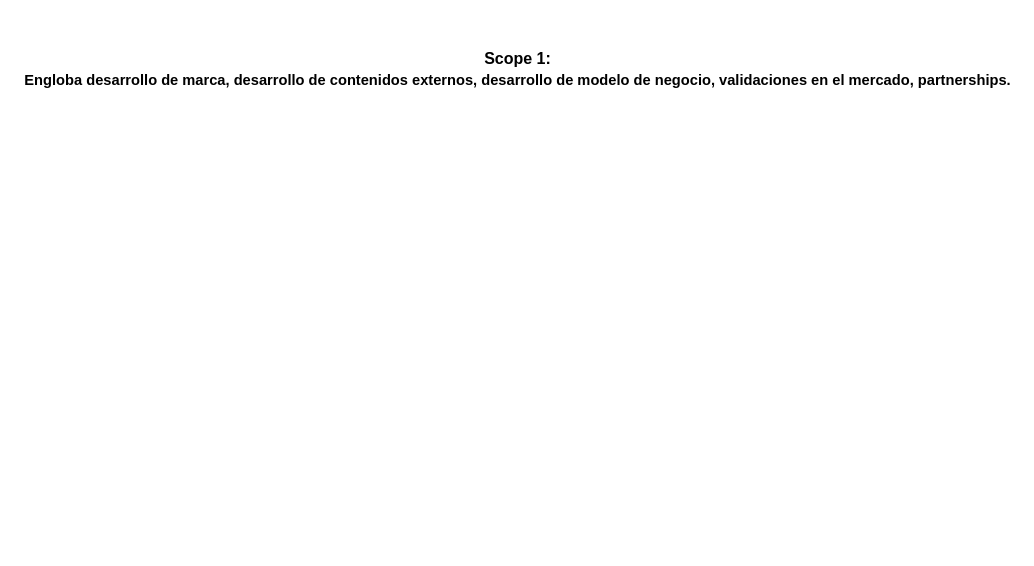
Earlier version of the draw.io diagram Untitled Diagram.drawio (KidsCorp/KC-ProductDev). Source tidied: cells renumbered, new cells numbered last; positions are measured from the earlier drawing's top-left corner, leaving out a move shared by most shapes. Both pictures are drawn from the tidied source at 100%, with x=0, y=0 at pixel (17, 47).
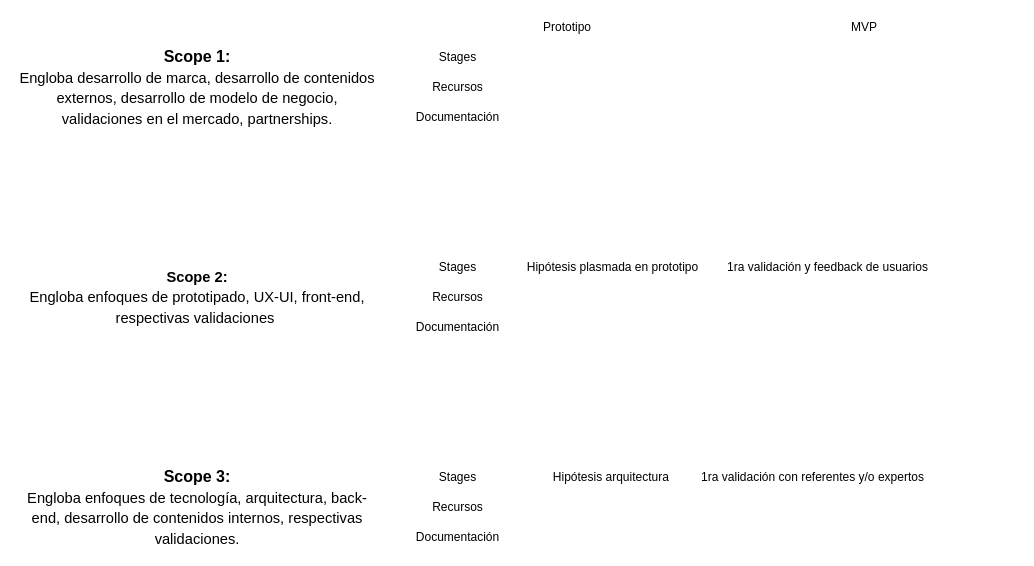
After the change.

Change to the diagram source:
```diff
@@
 <mxGraphModel>
   <root>
     <mxCell id="0" />
     <mxCell id="1" parent="0" />
-    <mxCell id="2" value="&lt;span id=&quot;docs-internal-guid-11fe1222-7fff-b649-49d2-806672ad148d&quot;&gt;&lt;p dir=&quot;ltr&quot; style=&quot;line-height: 1.38 ; background-color: #ffffff ; margin-top: 0pt ; margin-bottom: 0pt&quot;&gt;&lt;span style=&quot;font-size: 12pt ; font-family: &amp;#34;arial&amp;#34; ; background-color: transparent ; font-weight: 700 ; vertical-align: baseline&quot;&gt;Scope 1:&lt;/span&gt;&lt;/p&gt;&lt;p dir=&quot;ltr&quot; style=&quot;line-height: 1.38 ; background-color: #ffffff ; margin-top: 0pt ; margin-bottom: 0pt&quot;&gt;&lt;span style=&quot;font-size: 11pt ; font-family: &amp;#34;arial&amp;#34; ; background-color: transparent ; font-weight: 700 ; vertical-align: baseline&quot;&gt;Engloba desarrollo de marca, desarrollo de contenidos externos, desarrollo de modelo de negocio, validaciones en el mercado, partnerships.&lt;/span&gt;&lt;/p&gt;&lt;div&gt;&lt;span style=&quot;font-size: 11pt ; font-family: &amp;#34;arial&amp;#34; ; background-color: transparent ; font-weight: 700 ; vertical-align: baseline&quot;&gt;&lt;br&gt;&lt;/span&gt;&lt;/div&gt;&lt;/span&gt;" style="text;html=1;align=center;verticalAlign=middle;strokeColor=none;" parent="1" vertex="1">
-      <mxGeometry width="1000" height="60" as="geometry" />
+    <mxCell id="2" value="&lt;p dir=&quot;ltr&quot; style=&quot;line-height: 1.38 ; background-color: rgb(255 , 255 , 255) ; margin-top: 0pt ; margin-bottom: 0pt&quot;&gt;&lt;span style=&quot;font-size: 12pt ; font-family: &amp;#34;arial&amp;#34; ; background-color: transparent ; font-weight: 700 ; vertical-align: baseline&quot;&gt;Scope 1:&lt;/span&gt;&lt;/p&gt;&lt;p dir=&quot;ltr&quot; style=&quot;line-height: 1.38 ; background-color: rgb(255 , 255 , 255) ; margin-top: 0pt ; margin-bottom: 0pt&quot;&gt;&lt;span style=&quot;font-size: 11pt ; font-family: &amp;#34;arial&amp;#34; ; background-color: transparent ; vertical-align: baseline&quot;&gt;Engloba desarrollo de marca, desarrollo de contenidos externos, desarrollo de modelo de negocio, validaciones en el mercado, partnerships.&lt;/span&gt;&lt;/p&gt;" style="text;html=1;strokeColor=none;fillColor=none;align=center;verticalAlign=middle;whiteSpace=wrap;rounded=0;" parent="1" vertex="1">
+      <mxGeometry width="360" height="80" as="geometry" />
     </mxCell>
+    <mxCell id="3" value="&lt;p dir=&quot;ltr&quot; style=&quot;line-height: 1.38 ; background-color: rgb(255 , 255 , 255) ; margin-top: 0pt ; margin-bottom: 0pt&quot;&gt;&lt;span id=&quot;docs-internal-guid-6a2f830e-7fff-22e9-0ea5-49843ad8b7a9&quot;&gt;&lt;/span&gt;&lt;/p&gt;&lt;p dir=&quot;ltr&quot; style=&quot;line-height: 1.38 ; background-color: #ffffff ; margin-top: 0pt ; margin-bottom: 0pt&quot;&gt;&lt;span style=&quot;font-size: 11pt ; font-family: &amp;#34;arial&amp;#34; ; color: rgb(0 , 0 , 0) ; background-color: transparent ; font-weight: 700 ; font-style: normal ; font-variant: normal ; text-decoration: none ; vertical-align: baseline&quot;&gt;Scope 2:&lt;/span&gt;&lt;/p&gt;&lt;p dir=&quot;ltr&quot; style=&quot;line-height: 1.38 ; background-color: #ffffff ; margin-top: 0pt ; margin-bottom: 0pt&quot;&gt;&lt;span style=&quot;font-size: 11pt ; font-family: &amp;#34;arial&amp;#34; ; background-color: transparent ; vertical-align: baseline&quot;&gt;Engloba enfoques de &lt;/span&gt;&lt;span style=&quot;font-size: 11pt ; font-family: &amp;#34;arial&amp;#34; ; background-color: transparent ; vertical-align: baseline&quot;&gt;prototipado, UX-UI&lt;/span&gt;&lt;span style=&quot;font-size: 11pt ; font-family: &amp;#34;arial&amp;#34; ; background-color: transparent ; vertical-align: baseline&quot;&gt;, &lt;/span&gt;&lt;span style=&quot;font-size: 11pt ; font-family: &amp;#34;arial&amp;#34; ; background-color: transparent ; vertical-align: baseline&quot;&gt;front-end, respectivas validaciones&amp;nbsp;&lt;/span&gt;&lt;br&gt;&lt;/p&gt;" style="text;html=1;strokeColor=none;fillColor=none;align=center;verticalAlign=middle;whiteSpace=wrap;rounded=0;" parent="1" vertex="1">
+      <mxGeometry y="210" width="360" height="80" as="geometry" />
+    </mxCell>
+    <mxCell id="4" value="&lt;p dir=&quot;ltr&quot; style=&quot;line-height: 1.38 ; background-color: rgb(255 , 255 , 255) ; margin-top: 0pt ; margin-bottom: 0pt&quot;&gt;&lt;span id=&quot;docs-internal-guid-6a2f830e-7fff-22e9-0ea5-49843ad8b7a9&quot;&gt;&lt;/span&gt;&lt;/p&gt;&lt;p dir=&quot;ltr&quot; style=&quot;line-height: 1.38 ; background-color: #ffffff ; margin-top: 0pt ; margin-bottom: 0pt&quot;&gt;&lt;span style=&quot;font-size: 12pt ; font-family: &amp;#34;arial&amp;#34; ; color: rgb(0 , 0 , 0) ; background-color: transparent ; font-weight: 700 ; font-style: normal ; font-variant: normal ; text-decoration: none ; vertical-align: baseline&quot;&gt;Scope 3:&lt;/span&gt;&lt;/p&gt;&lt;p dir=&quot;ltr&quot; style=&quot;line-height: 1.38 ; background-color: #ffffff ; margin-top: 0pt ; margin-bottom: 0pt&quot;&gt;&lt;span id=&quot;docs-internal-guid-a03e7e6e-7fff-9b86-cb27-707e165abb1c&quot;&gt;&lt;/span&gt;&lt;/p&gt;&lt;p dir=&quot;ltr&quot; style=&quot;line-height: 1.38 ; background-color: #ffffff ; margin-top: 0pt ; margin-bottom: 0pt&quot;&gt;&lt;span style=&quot;font-size: 11pt ; font-family: &amp;#34;arial&amp;#34; ; color: rgb(0 , 0 , 0) ; background-color: transparent ; font-style: normal ; font-variant: normal ; text-decoration: none ; vertical-align: baseline&quot;&gt;Engloba enfoques de tecnología, arquitectura, back-end, &lt;/span&gt;&lt;span style=&quot;font-size: 11pt ; font-family: &amp;#34;arial&amp;#34; ; color: rgb(0 , 0 , 0) ; background-color: transparent ; font-style: normal ; font-variant: normal ; text-decoration: none ; vertical-align: baseline&quot;&gt;desarrollo de contenidos internos,&lt;/span&gt;&lt;span style=&quot;font-size: 11pt ; font-family: &amp;#34;arial&amp;#34; ; color: rgb(0 , 0 , 0) ; background-color: transparent ; font-style: normal ; font-variant: normal ; text-decoration: none ; vertical-align: baseline&quot;&gt; respectivas validaciones.&lt;/span&gt;&lt;/p&gt;" style="text;html=1;strokeColor=none;fillColor=none;align=center;verticalAlign=middle;whiteSpace=wrap;rounded=0;" parent="1" vertex="1">
+      <mxGeometry y="420" width="360" height="80" as="geometry" />
+    </mxCell>
+    <mxCell id="5" value="Recursos" style="text;html=1;align=center;verticalAlign=middle;strokeColor=none;" parent="1" vertex="1">
+      <mxGeometry x="405" y="30" width="70" height="20" as="geometry" />
+    </mxCell>
+    <mxCell id="6" value="Recursos" style="text;html=1;align=center;verticalAlign=middle;strokeColor=none;" parent="1" vertex="1">
+      <mxGeometry x="405" y="240" width="70" height="20" as="geometry" />
+    </mxCell>
+    <mxCell id="7" value="Recursos" style="text;html=1;align=center;verticalAlign=middle;strokeColor=none;" parent="1" vertex="1">
+      <mxGeometry x="405" y="450" width="70" height="20" as="geometry" />
+    </mxCell>
+    <mxCell id="8" value="Stages" style="text;html=1;align=center;verticalAlign=middle;strokeColor=none;" parent="1" vertex="1">
+      <mxGeometry x="415" width="50" height="20" as="geometry" />
+    </mxCell>
+    <mxCell id="9" value="Stages" style="text;html=1;align=center;verticalAlign=middle;strokeColor=none;" parent="1" vertex="1">
+      <mxGeometry x="415" y="210" width="50" height="20" as="geometry" />
+    </mxCell>
+    <mxCell id="10" value="Stages" style="text;html=1;align=center;verticalAlign=middle;strokeColor=none;" parent="1" vertex="1">
+      <mxGeometry x="415" y="420" width="50" height="20" as="geometry" />
+    </mxCell>
+    <mxCell id="11" value="Prototipo" style="text;html=1;strokeColor=none;fillColor=none;align=center;verticalAlign=middle;whiteSpace=wrap;rounded=0;" parent="1" vertex="1">
+      <mxGeometry x="530" y="-30" width="40" height="20" as="geometry" />
+    </mxCell>
+    <mxCell id="12" value="MVP" style="text;html=1;strokeColor=none;fillColor=none;align=center;verticalAlign=middle;whiteSpace=wrap;rounded=0;" parent="1" vertex="1">
+      <mxGeometry x="827" y="-30" width="40" height="20" as="geometry" />
+    </mxCell>
+    <mxCell id="13" value="Documentación" style="text;html=1;align=center;verticalAlign=middle;strokeColor=none;" parent="1" vertex="1">
+      <mxGeometry x="390" y="60" width="100" height="20" as="geometry" />
+    </mxCell>
+    <mxCell id="14" value="Documentación" style="text;html=1;align=center;verticalAlign=middle;strokeColor=none;" parent="1" vertex="1">
+      <mxGeometry x="390" y="270" width="100" height="20" as="geometry" />
+    </mxCell>
+    <mxCell id="15" value="Documentación" style="text;html=1;align=center;verticalAlign=middle;strokeColor=none;" parent="1" vertex="1">
+      <mxGeometry x="390" y="480" width="100" height="20" as="geometry" />
+    </mxCell>
+    <mxCell id="16" value="Hipótesis plasmada en prototipo" style="text;html=1;align=center;verticalAlign=middle;strokeColor=none;" parent="1" vertex="1">
+      <mxGeometry x="500" y="210" width="190" height="20" as="geometry" />
+    </mxCell>
+    <mxCell id="17" value="1ra validación y feedback de usuarios" style="text;html=1;align=center;verticalAlign=middle;strokeColor=none;" parent="1" vertex="1">
+      <mxGeometry x="700" y="210" width="220" height="20" as="geometry" />
+    </mxCell>
+    <mxCell id="18" value="Hipótesis arquitectura&amp;nbsp;" style="text;html=1;align=center;verticalAlign=middle;strokeColor=none;" parent="1" vertex="1">
+      <mxGeometry x="530" y="420" width="130" height="20" as="geometry" />
+    </mxCell>
+    <mxCell id="19" value="1ra validación con referentes y/o expertos" style="text;html=1;align=center;verticalAlign=middle;strokeColor=none;" parent="1" vertex="1">
+      <mxGeometry x="675" y="420" width="240" height="20" as="geometry" />
+    </mxCell>
   </root>
 </mxGraphModel>
```
